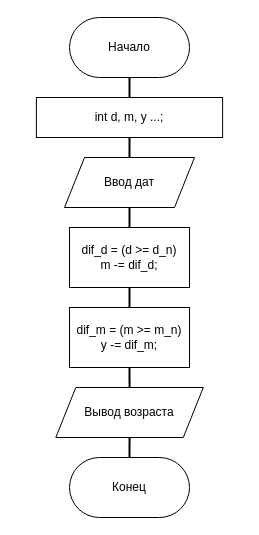
Earlier version of the draw.io diagram Диаграмма без названия.drawio (PtarOk/lab_3_dz). Source tidied: cells renumbered, new cells numbered last; positions are measured from the earlier drawing's top-left corner, leaving out a move shared by most shapes. Both pictures are drawn from the tidied source at 100%, with x=0, y=0 at pixel (36, 17).
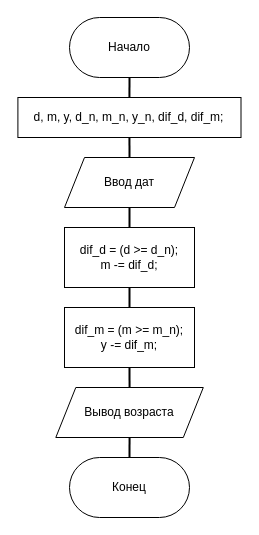
After the change.

Commit message (it also covers changes not shown here):
исправил блок-схему

What changed in the source:
```diff
@@
 <mxGraphModel>
   <root>
     <mxCell id="0" />
     <mxCell id="1" parent="0" />
     <mxCell id="2" style="edgeStyle=orthogonalEdgeStyle;rounded=0;jettySize=auto;html=1;exitX=0.5;exitY=1;exitDx=0;exitDy=0;entryX=0.5;entryY=0;entryDx=0;entryDy=0;strokeWidth=2;endArrow=none;endFill=0;" parent="1" edge="1" source="3" target="6">
       <mxGeometry relative="1" as="geometry" />
     </mxCell>
     <mxCell id="3" value="Начало" style="rounded=1;whiteSpace=wrap;html=1;arcSize=50;" parent="1" vertex="1">
       <mxGeometry x="33" width="120" height="60" as="geometry" />
     </mxCell>
     <mxCell id="4" value="Конец" style="rounded=1;whiteSpace=wrap;html=1;arcSize=50;" parent="1" vertex="1">
       <mxGeometry x="33" y="440" width="120" height="60" as="geometry" />
     </mxCell>
     <mxCell id="5" style="edgeStyle=orthogonalEdgeStyle;rounded=0;jettySize=auto;html=1;exitX=0.5;exitY=1;exitDx=0;exitDy=0;entryX=0.5;entryY=0;entryDx=0;entryDy=0;strokeWidth=2;endArrow=none;endFill=0;" parent="1" edge="1" source="6" target="8">
       <mxGeometry relative="1" as="geometry" />
     </mxCell>
-    <mxCell id="6" value="int d, m, y ...;" style="rounded=0;whiteSpace=wrap;html=1;" parent="1" vertex="1">
-      <mxGeometry x="-0.1" y="80" width="186.2" height="40" as="geometry" />
+    <mxCell id="6" value="d, m, y, d_n, m_n, y_n, dif_d, dif_m;" style="rounded=0;whiteSpace=wrap;html=1;" parent="1" vertex="1">
+      <mxGeometry x="-18.6" y="80" width="223.1" height="40" as="geometry" />
     </mxCell>
     <mxCell id="7" style="edgeStyle=orthogonalEdgeStyle;rounded=0;jettySize=auto;html=1;exitX=0.5;exitY=1;exitDx=0;exitDy=0;entryX=0.5;entryY=0;entryDx=0;entryDy=0;strokeWidth=2;endArrow=none;endFill=0;" parent="1" edge="1" source="8" target="13">
       <mxGeometry relative="1" as="geometry" />
     </mxCell>
     <mxCell id="8" value="Ввод дат" style="shape=parallelogram;perimeter=parallelogramPerimeter;whiteSpace=wrap;html=1;fixedSize=1;" parent="1" vertex="1">
       <mxGeometry x="28" y="140" width="130" height="50" as="geometry" />
     </mxCell>
     <mxCell id="9" style="edgeStyle=orthogonalEdgeStyle;rounded=0;jettySize=auto;html=1;exitX=0.5;exitY=1;exitDx=0;exitDy=0;entryX=0.5;entryY=0;entryDx=0;entryDy=0;strokeWidth=2;endArrow=none;endFill=0;" parent="1" edge="1" source="10" target="4">
       <mxGeometry relative="1" as="geometry" />
     </mxCell>
     <mxCell id="10" value="Вывод возраста" style="shape=parallelogram;perimeter=parallelogramPerimeter;whiteSpace=wrap;html=1;fixedSize=1;" parent="1" vertex="1">
       <mxGeometry x="19.3" y="370" width="147.5" height="50" as="geometry" />
     </mxCell>
     <mxCell id="11" style="edgeStyle=orthogonalEdgeStyle;rounded=0;jettySize=auto;html=1;exitX=0.5;exitY=1;exitDx=0;exitDy=0;entryX=0.5;entryY=0;entryDx=0;entryDy=0;endArrow=none;endFill=0;strokeWidth=2;" parent="1" edge="1" target="10">
       <mxGeometry relative="1" as="geometry">
         <mxPoint x="93" y="350" as="sourcePoint" />
       </mxGeometry>
     </mxCell>
     <mxCell id="12" style="edgeStyle=orthogonalEdgeStyle;rounded=0;jettySize=auto;html=1;exitX=0.5;exitY=1;exitDx=0;exitDy=0;entryX=0.5;entryY=0;entryDx=0;entryDy=0;strokeWidth=2;endArrow=none;endFill=0;" parent="1" edge="1" source="13" target="14">
       <mxGeometry relative="1" as="geometry" />
     </mxCell>
-    <mxCell id="13" value="dif_d = (d &amp;gt;= d_n)&lt;div&gt;m -= dif_d;&lt;/div&gt;" style="rounded=0;whiteSpace=wrap;html=1;" parent="1" vertex="1">
-      <mxGeometry x="33" y="210" width="120" height="60" as="geometry" />
+    <mxCell id="13" value="dif_d = (d &amp;gt;= d_n);&lt;div&gt;m -= dif_d;&lt;/div&gt;" style="rounded=0;whiteSpace=wrap;html=1;" parent="1" vertex="1">
+      <mxGeometry x="28" y="210" width="130" height="60" as="geometry" />
     </mxCell>
-    <mxCell id="14" value="dif_m = (m &amp;gt;= m_n)&lt;div&gt;y -= dif_m;&lt;/div&gt;" style="rounded=0;whiteSpace=wrap;html=1;" parent="1" vertex="1">
-      <mxGeometry x="33" y="290" width="120" height="60" as="geometry" />
+    <mxCell id="14" value="dif_m = (m &amp;gt;= m_n);&lt;div&gt;y -= dif_m;&lt;/div&gt;" style="rounded=0;whiteSpace=wrap;html=1;" parent="1" vertex="1">
+      <mxGeometry x="28" y="290" width="130" height="60" as="geometry" />
     </mxCell>
   </root>
 </mxGraphModel>
```
